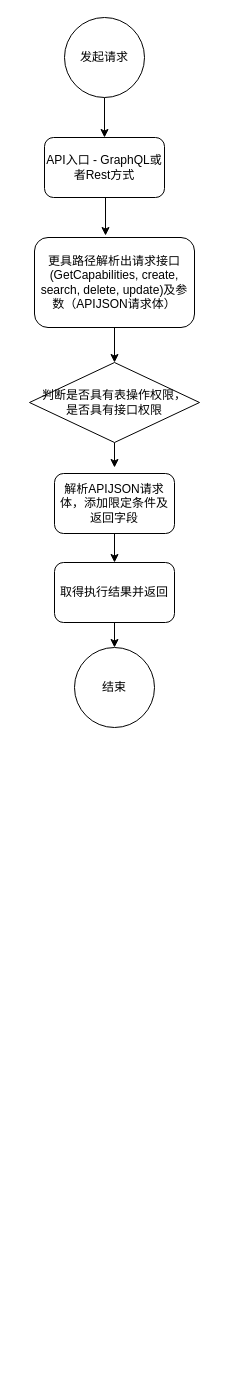
CreajoyXu/test keeps this draw.io diagram as graphql_service.drawio. Above is the earlier version. Source tidied: cells renumbered, new cells numbered last; positions are measured from the earlier drawing's top-left corner, leaving out a move shared by most shapes. Both pictures are drawn from the tidied source at 100%, with x=0, y=0 at pixel (29, 17).
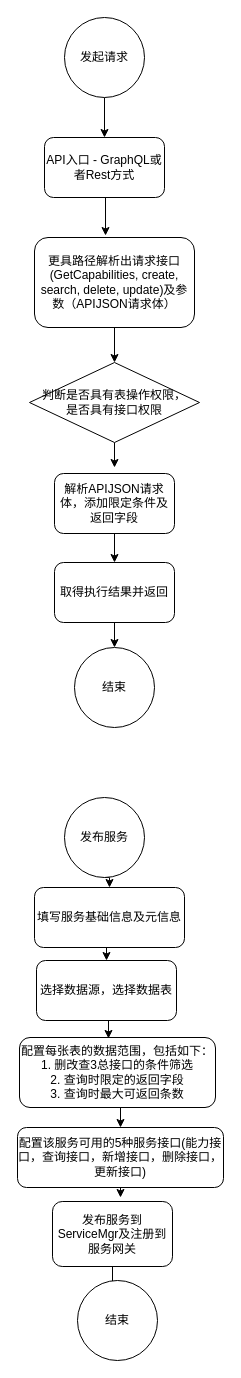
Above is the later version.

What changed in the source:
```diff
@@
+    <mxCell id="15" style="edgeStyle=orthogonalEdgeStyle;rounded=0;jettySize=auto;html=1;exitX=0.5;exitY=1;exitDx=0;exitDy=0;entryX=0.5;entryY=0;entryDx=0;entryDy=0;shadow=0;" parent="1" edge="1" source="16" target="26">
+      <mxGeometry relative="1" as="geometry" />
+    </mxCell>
+    <mxCell id="16" value="发布服务" style="ellipse;whiteSpace=wrap;html=1;shadow=0;" parent="1" vertex="1">
+      <mxGeometry x="35" y="780" width="80" height="80" as="geometry" />
+    </mxCell>
+    <mxCell id="17" style="edgeStyle=orthogonalEdgeStyle;rounded=0;jettySize=auto;html=1;exitX=0.5;exitY=1;exitDx=0;exitDy=0;entryX=0.454;entryY=0.014;entryDx=0;entryDy=0;entryPerimeter=0;shadow=0;" parent="1" edge="1" source="18" target="20">
+      <mxGeometry relative="1" as="geometry" />
+    </mxCell>
+    <mxCell id="18" value="选择数据源，选择数据表" style="rounded=1;whiteSpace=wrap;html=1;shadow=0;" parent="1" vertex="1">
+      <mxGeometry x="7" y="943" width="140" height="60" as="geometry" />
+    </mxCell>
+    <mxCell id="19" style="edgeStyle=orthogonalEdgeStyle;rounded=0;jettySize=auto;html=1;exitX=0.5;exitY=1;exitDx=0;exitDy=0;entryX=0.5;entryY=0;entryDx=0;entryDy=0;shadow=0;" parent="1" edge="1" source="20" target="22">
+      <mxGeometry relative="1" as="geometry" />
+    </mxCell>
+    <mxCell id="20" value="配置每张表的数据范围，包括如下：&lt;br&gt;1. 删改查3总接口的条件筛选&lt;br&gt;2. 查询时限定的返回字段&lt;br&gt;3. 查询时最大可返回条数" style="rounded=1;whiteSpace=wrap;html=1;shadow=0;" parent="1" vertex="1">
+      <mxGeometry x="-10" y="1020" width="196" height="70" as="geometry" />
+    </mxCell>
+    <mxCell id="21" style="edgeStyle=orthogonalEdgeStyle;rounded=0;jettySize=auto;html=1;exitX=0.5;exitY=1;exitDx=0;exitDy=0;shadow=0;" parent="1" edge="1" source="22">
+      <mxGeometry relative="1" as="geometry">
+        <mxPoint x="91" y="1180" as="targetPoint" />
+      </mxGeometry>
+    </mxCell>
+    <mxCell id="22" value="配置该服务可用的5种服务接口(能力接口，查询接口，新增接口，删除接口，更新接口)" style="rounded=1;whiteSpace=wrap;html=1;shadow=0;" parent="1" vertex="1">
+      <mxGeometry x="-12" y="1110" width="206" height="60" as="geometry" />
+    </mxCell>
+    <mxCell id="23" style="edgeStyle=orthogonalEdgeStyle;rounded=0;jettySize=auto;html=1;entryX=0.5;entryY=0;entryDx=0;entryDy=0;shadow=0;" parent="1" edge="1" source="24" target="27">
+      <mxGeometry relative="1" as="geometry" />
+    </mxCell>
+    <mxCell id="24" value="发布服务到ServiceMgr及注册到服务网关" style="rounded=1;whiteSpace=wrap;html=1;shadow=0;" parent="1" vertex="1">
+      <mxGeometry x="23" y="1184" width="120" height="65" as="geometry" />
+    </mxCell>
+    <mxCell id="25" style="edgeStyle=orthogonalEdgeStyle;rounded=0;jettySize=auto;html=1;exitX=0.5;exitY=1;exitDx=0;exitDy=0;entryX=0.5;entryY=0;entryDx=0;entryDy=0;shadow=0;" parent="1" edge="1" source="26" target="18">
+      <mxGeometry relative="1" as="geometry" />
+    </mxCell>
+    <mxCell id="26" value="填写服务基础信息及元信息" style="rounded=1;whiteSpace=wrap;html=1;shadow=0;" parent="1" vertex="1">
+      <mxGeometry x="5" y="870" width="150" height="60" as="geometry" />
+    </mxCell>
+    <mxCell id="27" value="结束" style="ellipse;whiteSpace=wrap;html=1;shadow=0;" parent="1" vertex="1">
+      <mxGeometry x="48" y="1263" width="80" height="80" as="geometry" />
+    </mxCell>
```
